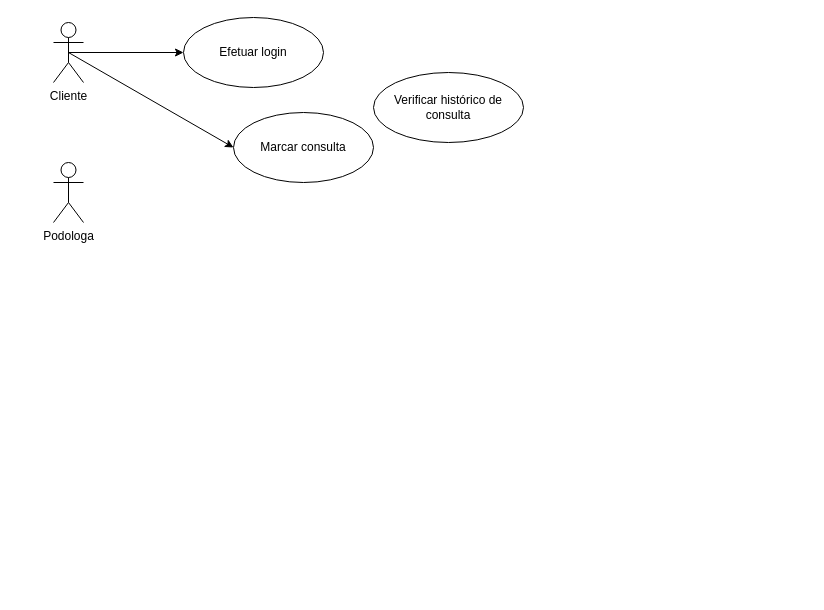
The draw.io diagram CasoDeUso.drawio in JayanaCecilia/PIM-PodoCris, before the edit. Source tidied: cells renumbered, new cells numbered last; positions are measured from the earlier drawing's top-left corner, leaving out a move shared by most shapes. Both pictures are drawn from the tidied source at 100%, with x=0, y=0 at pixel (53, 17).
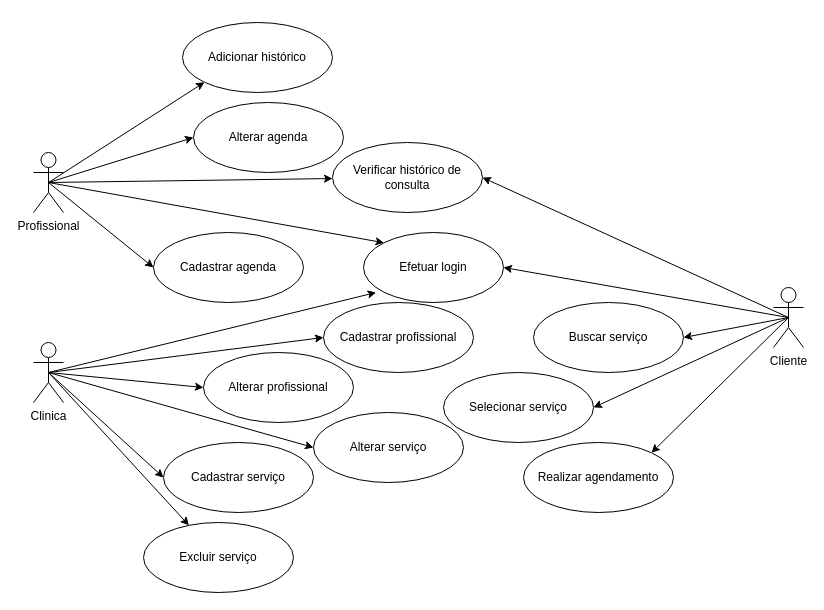
After the change.

Change to the diagram source:
```diff
@@
-    <mxCell id="2" style="rounded=0;jettySize=auto;html=1;exitX=0.5;exitY=0.5;exitDx=0;exitDy=0;exitPerimeter=0;entryX=0;entryY=0.5;entryDx=0;entryDy=0;" parent="1" edge="1" source="4" target="7">
-      <mxGeometry relative="1" as="geometry" />
-    </mxCell>
-    <mxCell id="3" style="edgeStyle=orthogonalEdgeStyle;rounded=0;jettySize=auto;html=1;exitX=0.5;exitY=0.5;exitDx=0;exitDy=0;exitPerimeter=0;entryX=0;entryY=0.5;entryDx=0;entryDy=0;" parent="1" edge="1" source="4" target="6">
+    <mxCell id="3" style="rounded=0;jettySize=auto;html=1;exitX=0.5;exitY=0.5;exitDx=0;exitDy=0;exitPerimeter=0;entryX=1;entryY=0.5;entryDx=0;entryDy=0;" parent="1" edge="1" source="4" target="6">
       <mxGeometry relative="1" as="geometry" />
     </mxCell>
+    <mxCell id="9" style="rounded=0;jettySize=auto;html=1;exitX=0.5;exitY=0.5;exitDx=0;exitDy=0;exitPerimeter=0;entryX=1;entryY=0.5;entryDx=0;entryDy=0;" parent="1" edge="1" source="4" target="32">
+      <mxGeometry relative="1" as="geometry" />
+    </mxCell>
+    <mxCell id="10" style="rounded=0;jettySize=auto;html=1;exitX=0.5;exitY=0.5;exitDx=0;exitDy=0;exitPerimeter=0;entryX=1;entryY=0.5;entryDx=0;entryDy=0;" parent="1" edge="1" source="4" target="31">
+      <mxGeometry relative="1" as="geometry" />
+    </mxCell>
+    <mxCell id="11" style="rounded=0;jettySize=auto;html=1;exitX=0.5;exitY=0.5;exitDx=0;exitDy=0;exitPerimeter=0;entryX=1;entryY=0;entryDx=0;entryDy=0;" parent="1" edge="1" source="4" target="25">
+      <mxGeometry relative="1" as="geometry" />
+    </mxCell>
+    <mxCell id="12" style="rounded=0;jettySize=auto;html=1;exitX=0.5;exitY=0.5;exitDx=0;exitDy=0;exitPerimeter=0;entryX=1;entryY=0.5;entryDx=0;entryDy=0;" parent="1" edge="1" source="4" target="8">
+      <mxGeometry relative="1" as="geometry" />
+    </mxCell>
     <mxCell id="4" value="Cliente" style="shape=umlActor;verticalLabelPosition=bottom;verticalAlign=top;html=1;" parent="1" vertex="1">
-      <mxGeometry y="5" width="30" height="60" as="geometry" />
+      <mxGeometry x="720" y="270" width="30" height="60" as="geometry" />
     </mxCell>
+    <mxCell id="13" style="rounded=0;jettySize=auto;html=1;exitX=0.5;exitY=0.5;exitDx=0;exitDy=0;exitPerimeter=0;entryX=0;entryY=0;entryDx=0;entryDy=0;" parent="1" edge="1" source="5" target="6">
+      <mxGeometry relative="1" as="geometry" />
+    </mxCell>
+    <mxCell id="14" style="rounded=0;jettySize=auto;html=1;exitX=0.5;exitY=0.5;exitDx=0;exitDy=0;exitPerimeter=0;" parent="1" edge="1" source="5" target="8">
+      <mxGeometry relative="1" as="geometry" />
+    </mxCell>
+    <mxCell id="15" style="rounded=0;jettySize=auto;html=1;exitX=0.5;exitY=0.5;exitDx=0;exitDy=0;exitPerimeter=0;entryX=0;entryY=0.5;entryDx=0;entryDy=0;" parent="1" edge="1" source="5" target="26">
+      <mxGeometry relative="1" as="geometry" />
+    </mxCell>
+    <mxCell id="16" style="rounded=0;jettySize=auto;html=1;exitX=0.5;exitY=0.5;exitDx=0;exitDy=0;exitPerimeter=0;entryX=0;entryY=0.5;entryDx=0;entryDy=0;" parent="1" edge="1" source="5" target="27">
+      <mxGeometry relative="1" as="geometry" />
+    </mxCell>
+    <mxCell id="17" style="rounded=0;jettySize=auto;html=1;exitX=0.5;exitY=0.5;exitDx=0;exitDy=0;exitPerimeter=0;entryX=0;entryY=1;entryDx=0;entryDy=0;" parent="1" edge="1" source="5" target="35">
+      <mxGeometry relative="1" as="geometry" />
+    </mxCell>
-    <mxCell id="5" value="Podologa" style="shape=umlActor;verticalLabelPosition=bottom;verticalAlign=top;html=1;" parent="1" vertex="1">
-      <mxGeometry y="145" width="30" height="60" as="geometry" />
+    <mxCell id="5" value="Profissional" style="shape=umlActor;verticalLabelPosition=bottom;verticalAlign=top;html=1;" parent="1" vertex="1">
+      <mxGeometry x="-20" y="135" width="30" height="60" as="geometry" />
     </mxCell>
     <mxCell id="6" value="Efetuar login" style="ellipse;whiteSpace=wrap;html=1;" parent="1" vertex="1">
-      <mxGeometry x="130" width="140" height="70" as="geometry" />
+      <mxGeometry x="310" y="215" width="140" height="70" as="geometry" />
     </mxCell>
-    <mxCell id="7" value="Marcar consulta" style="ellipse;whiteSpace=wrap;html=1;" parent="1" vertex="1">
-      <mxGeometry x="180" y="95" width="140" height="70" as="geometry" />
-    </mxCell>
     <mxCell id="8" value="Verificar histórico de consulta" style="ellipse;whiteSpace=wrap;html=1;" parent="1" vertex="1">
-      <mxGeometry x="320" y="55" width="150" height="70" as="geometry" />
+      <mxGeometry x="279" y="125" width="150" height="70" as="geometry" />
     </mxCell>
+    <mxCell id="18" style="rounded=0;jettySize=auto;html=1;exitX=0.5;exitY=0.5;exitDx=0;exitDy=0;exitPerimeter=0;entryX=0;entryY=0.5;entryDx=0;entryDy=0;" parent="1" edge="1" source="24" target="33">
+      <mxGeometry relative="1" as="geometry" />
+    </mxCell>
+    <mxCell id="19" style="rounded=0;jettySize=auto;html=1;exitX=0.5;exitY=0.5;exitDx=0;exitDy=0;exitPerimeter=0;entryX=0.09;entryY=0.857;entryDx=0;entryDy=0;entryPerimeter=0;" parent="1" edge="1" source="24" target="6">
+      <mxGeometry relative="1" as="geometry" />
+    </mxCell>
+    <mxCell id="20" style="rounded=0;jettySize=auto;html=1;exitX=0.5;exitY=0.5;exitDx=0;exitDy=0;exitPerimeter=0;entryX=0;entryY=0.5;entryDx=0;entryDy=0;" parent="1" edge="1" source="24" target="34">
+      <mxGeometry relative="1" as="geometry" />
+    </mxCell>
+    <mxCell id="21" style="rounded=0;jettySize=auto;html=1;exitX=0.5;exitY=0.5;exitDx=0;exitDy=0;exitPerimeter=0;entryX=0;entryY=0.5;entryDx=0;entryDy=0;" parent="1" edge="1" source="24" target="28">
+      <mxGeometry relative="1" as="geometry" />
+    </mxCell>
+    <mxCell id="22" style="rounded=0;jettySize=auto;html=1;exitX=0.5;exitY=0.5;exitDx=0;exitDy=0;exitPerimeter=0;entryX=0;entryY=0.5;entryDx=0;entryDy=0;" parent="1" edge="1" source="24" target="29">
+      <mxGeometry relative="1" as="geometry" />
+    </mxCell>
+    <mxCell id="23" style="rounded=0;jettySize=auto;html=1;exitX=0.5;exitY=0.5;exitDx=0;exitDy=0;exitPerimeter=0;" parent="1" edge="1" source="24" target="30">
+      <mxGeometry relative="1" as="geometry" />
+    </mxCell>
+    <mxCell id="24" value="Clinica" style="shape=umlActor;verticalLabelPosition=bottom;verticalAlign=top;html=1;" parent="1" vertex="1">
+      <mxGeometry x="-20" y="325" width="30" height="60" as="geometry" />
+    </mxCell>
+    <mxCell id="25" value="Realizar agendamento" style="ellipse;whiteSpace=wrap;html=1;" parent="1" vertex="1">
+      <mxGeometry x="470" y="425" width="150" height="70" as="geometry" />
+    </mxCell>
+    <mxCell id="26" value="Alterar agenda" style="ellipse;whiteSpace=wrap;html=1;" parent="1" vertex="1">
+      <mxGeometry x="140" y="85" width="150" height="70" as="geometry" />
+    </mxCell>
+    <mxCell id="27" value="Cadastrar agenda" style="ellipse;whiteSpace=wrap;html=1;" parent="1" vertex="1">
+      <mxGeometry x="100" y="215" width="150" height="70" as="geometry" />
+    </mxCell>
+    <mxCell id="28" value="Cadastrar serviço" style="ellipse;whiteSpace=wrap;html=1;" parent="1" vertex="1">
+      <mxGeometry x="110" y="425" width="150" height="70" as="geometry" />
+    </mxCell>
+    <mxCell id="29" value="Alterar serviço" style="ellipse;whiteSpace=wrap;html=1;" parent="1" vertex="1">
+      <mxGeometry x="260" y="395" width="150" height="70" as="geometry" />
+    </mxCell>
+    <mxCell id="30" value="Excluir serviço" style="ellipse;whiteSpace=wrap;html=1;" parent="1" vertex="1">
+      <mxGeometry x="90" y="505" width="150" height="70" as="geometry" />
+    </mxCell>
+    <mxCell id="31" value="Selecionar serviço" style="ellipse;whiteSpace=wrap;html=1;" parent="1" vertex="1">
+      <mxGeometry x="390" y="355" width="150" height="70" as="geometry" />
+    </mxCell>
+    <mxCell id="32" value="Buscar serviço" style="ellipse;whiteSpace=wrap;html=1;" parent="1" vertex="1">
+      <mxGeometry x="480" y="285" width="150" height="70" as="geometry" />
+    </mxCell>
+    <mxCell id="33" value="Cadastrar profissional" style="ellipse;whiteSpace=wrap;html=1;" parent="1" vertex="1">
+      <mxGeometry x="270" y="285" width="150" height="70" as="geometry" />
+    </mxCell>
+    <mxCell id="34" value="Alterar profissional" style="ellipse;whiteSpace=wrap;html=1;" parent="1" vertex="1">
+      <mxGeometry x="150" y="335" width="150" height="70" as="geometry" />
+    </mxCell>
+    <mxCell id="35" value="Adicionar histórico" style="ellipse;whiteSpace=wrap;html=1;" parent="1" vertex="1">
+      <mxGeometry x="129" y="5" width="150" height="70" as="geometry" />
+    </mxCell>
```
